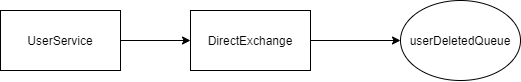
Before: img/rabbit.png, a diagram exported from draw.io (Soockee/MS-UserService). Source tidied: cells renumbered, new cells last; positions are measured from the earlier drawing's top-left corner, leaving out a move shared by most shapes.
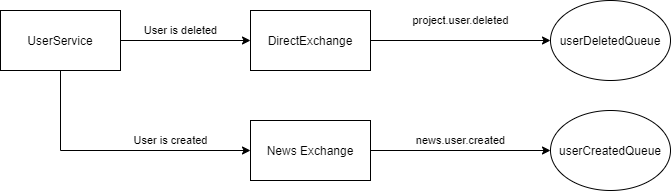
Above is the later version.

Change to the diagram source:
```diff
@@ -6,16 +6,43 @@
       <mxGeometry y="10" width="120" height="60" as="geometry" />
     </mxCell>
     <mxCell id="3" value="DirectExchange" style="rounded=0;whiteSpace=wrap;html=1;" parent="1" vertex="1">
-      <mxGeometry x="190" y="10" width="120" height="60" as="geometry" />
+      <mxGeometry x="250" y="10" width="120" height="60" as="geometry" />
     </mxCell>
     <mxCell id="4" style="endArrow=classic;html=1;exitX=1;exitY=0.5;exitDx=0;exitDy=0;entryX=0;entryY=0.5;entryDx=0;entryDy=0;" parent="1" edge="1" source="2" target="3">
       <mxGeometry relative="1" as="geometry" />
     </mxCell>
+    <mxCell id="7" value="User is deleted" style="edgeLabel;html=1;align=center;verticalAlign=middle;" parent="4" vertex="1">
+      <mxGeometry x="-0.44" y="3" relative="1" as="geometry">
+        <mxPoint x="23.3" y="-7" as="offset" />
+      </mxGeometry>
+    </mxCell>
     <mxCell id="5" value="userDeletedQueue" style="ellipse;whiteSpace=wrap;html=1;" parent="1" vertex="1">
-      <mxGeometry x="400" width="120" height="80" as="geometry" />
+      <mxGeometry x="550" width="120" height="80" as="geometry" />
     </mxCell>
     <mxCell id="6" style="endArrow=classic;html=1;entryX=0;entryY=0.5;entryDx=0;entryDy=0;exitX=1;exitY=0.5;exitDx=0;exitDy=0;" parent="1" edge="1" source="3" target="5">
       <mxGeometry relative="1" as="geometry" />
     </mxCell>
+    <mxCell id="8" value="project.user.deleted" style="edgeLabel;html=1;align=center;verticalAlign=middle;" parent="6" vertex="1">
+      <mxGeometry x="-0.66" y="-2" relative="1" as="geometry">
+        <mxPoint x="59.2" y="-22" as="offset" />
+      </mxGeometry>
+    </mxCell>
+    <mxCell id="9" value="News Exchange" style="rounded=0;whiteSpace=wrap;html=1;" parent="1" vertex="1">
+      <mxGeometry x="250" y="120" width="120" height="60" as="geometry" />
+    </mxCell>
+    <mxCell id="10" style="endArrow=classic;html=1;exitX=0.5;exitY=1;exitDx=0;exitDy=0;entryX=0;entryY=0.5;entryDx=0;entryDy=0;edgeStyle=orthogonalEdgeStyle;rounded=0;" parent="1" edge="1" source="2" target="9">
+      <mxGeometry relative="1" as="geometry" />
+    </mxCell>
+    <mxCell id="11" value="User is created" style="edgeLabel;html=1;align=center;verticalAlign=middle;" parent="10" vertex="1">
+      <mxGeometry x="-0.2" y="3" relative="1" as="geometry">
+        <mxPoint x="82.5" y="-7" as="offset" />
+      </mxGeometry>
+    </mxCell>
+    <mxCell id="12" value="userCreatedQueue" style="ellipse;whiteSpace=wrap;html=1;" parent="1" vertex="1">
+      <mxGeometry x="550" y="110" width="120" height="80" as="geometry" />
+    </mxCell>
+    <mxCell id="13" value="news.user.created" style="endArrow=classic;html=1;exitX=1;exitY=0.5;exitDx=0;exitDy=0;entryX=0;entryY=0.5;entryDx=0;entryDy=0;" parent="1" edge="1" source="9" target="12">
+      <mxGeometry y="10" relative="1" as="geometry" />
+    </mxCell>
   </root>
 </mxGraphModel>
```
